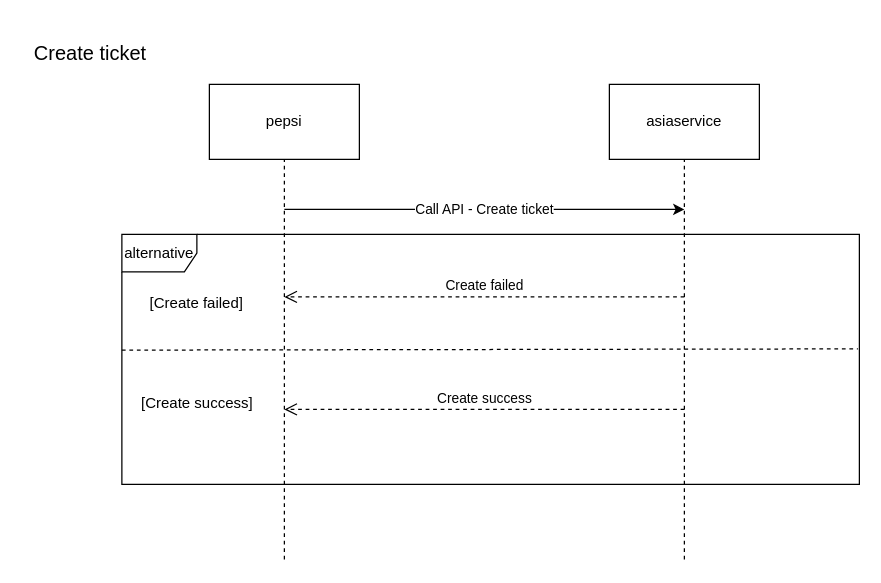
Before: create-ticket.drawio in hoangvbm2808/SequenceDiagram, a draw.io diagram. Source tidied: cells renumbered, new cells numbered last; positions are measured from the earlier drawing's top-left corner, leaving out a move shared by most shapes. Both pictures are drawn from the tidied source at 125%, with x=0, y=0 at pixel (21, 21).
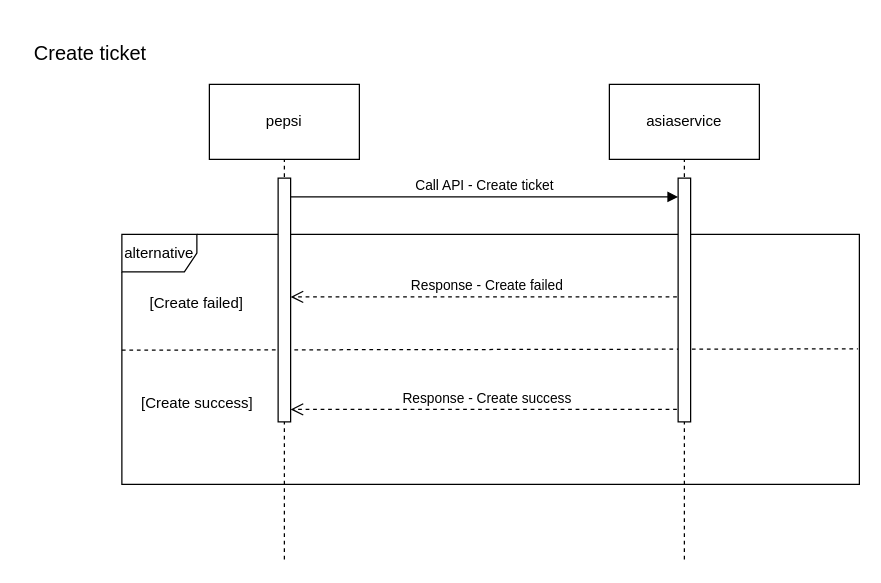
After the change.

Commit message:
Cập nhật create-ticket.drawio

The edit, as a diff of the source:
```diff
@@
-    <mxCell id="7" value="Call API - Create ticket" style="endArrow=classic;html=1;rounded=0;" parent="1" edge="1">
-      <mxGeometry relative="1" as="geometry">
-        <mxPoint x="210" y="150" as="sourcePoint" />
-        <mxPoint x="530" y="150" as="targetPoint" />
-      </mxGeometry>
-    </mxCell>
@@
-    <mxCell id="11" value="Create failed" style="html=1;verticalAlign=bottom;endArrow=open;dashed=1;endSize=8;curved=0;rounded=0;" parent="1" edge="1">
+    <mxCell id="11" value="Response - Create failed" style="html=1;verticalAlign=bottom;endArrow=open;dashed=1;endSize=8;curved=0;rounded=0;" parent="1" edge="1" target="15">
       <mxGeometry relative="1" as="geometry">
         <mxPoint x="530" y="220" as="sourcePoint" />
-        <mxPoint x="210" y="220" as="targetPoint" />
       </mxGeometry>
     </mxCell>
-    <mxCell id="12" value="Create success" style="html=1;verticalAlign=bottom;endArrow=open;dashed=1;endSize=8;curved=0;rounded=0;" parent="1" edge="1">
+    <mxCell id="12" value="Response - Create success" style="html=1;verticalAlign=bottom;endArrow=open;dashed=1;endSize=8;curved=0;rounded=0;" parent="1" edge="1" target="15">
       <mxGeometry relative="1" as="geometry">
         <mxPoint x="530" y="310" as="sourcePoint" />
-        <mxPoint x="210" y="310" as="targetPoint" />
       </mxGeometry>
     </mxCell>
@@
+    <mxCell id="14" style="html=1;perimeter=orthogonalPerimeter;targetShapes=umlLifeline;newEdgeStyle={&quot;curved&quot;:0,&quot;rounded&quot;:0};" parent="1" vertex="1">
+      <mxGeometry x="525" y="125" width="10" height="195" as="geometry" />
+    </mxCell>
+    <mxCell id="15" style="html=1;points=[[0,0,0,0,5],[0,1,0,0,-5],[1,0,0,0,5],[1,1,0,0,-5]];perimeter=orthogonalPerimeter;outlineConnect=0;targetShapes=umlLifeline;portConstraint=eastwest;newEdgeStyle={&quot;curved&quot;:0,&quot;rounded&quot;:0};" parent="1" vertex="1">
+      <mxGeometry x="205" y="125" width="10" height="195" as="geometry" />
+    </mxCell>
+    <mxCell id="7" value="Call API - Create ticket" style="html=1;verticalAlign=bottom;endArrow=block;curved=0;rounded=0;" parent="1" edge="1">
+      <mxGeometry relative="1" as="geometry">
+        <mxPoint x="215" y="140" as="sourcePoint" />
+        <mxPoint x="525" y="140" as="targetPoint" />
+      </mxGeometry>
+    </mxCell>
```
